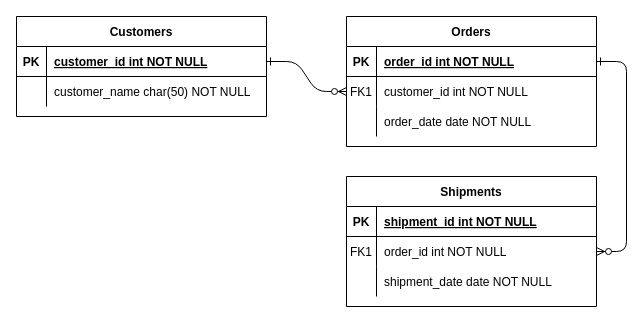
Before: ER-Diagram.drawio in bhargav1997/work-flows, a draw.io diagram. Source tidied: cells renumbered, new cells numbered last; positions are measured from the earlier drawing's top-left corner, leaving out a move shared by most shapes. Both pictures are drawn from the tidied source at 100%, with x=0, y=0 at pixel (16, 16).
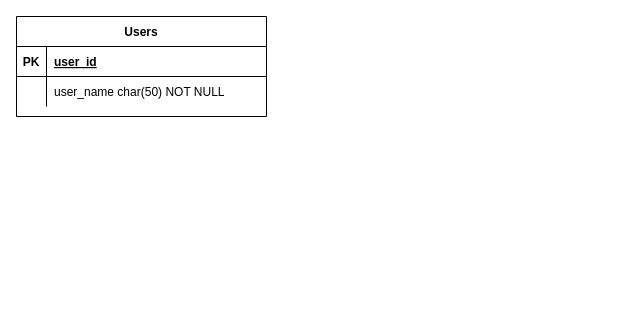
Above is the later version.

Unchanged cells that the change refers to:
```xml
<mxCell id="25" style="shape=partialRectangle;fillColor=none;points=[[0,0.5],[1,0.5]];portConstraint=eastwest;top=0;left=0;right=0;bottom=1;" parent="24" vertex="1">
  <mxGeometry y="30" width="250" height="30" as="geometry" />
</mxCell>
<mxCell id="28" style="shape=partialRectangle;fillColor=none;top=0;left=0;right=0;bottom=0;" parent="24" vertex="1">
  <mxGeometry y="60" width="250" height="30" as="geometry" />
</mxCell>
```

The edit, as a diff of the source:
```diff
@@
-    <mxCell id="2" style="edgeStyle=entityRelationEdgeStyle;endArrow=ERzeroToMany;startArrow=ERone;endFill=1;startFill=0;" parent="1" edge="1" source="25" target="8">
-      <mxGeometry relative="1" as="geometry" />
-    </mxCell>
-    <mxCell id="3" style="edgeStyle=entityRelationEdgeStyle;endArrow=ERzeroToMany;startArrow=ERone;endFill=1;startFill=0;" parent="1" edge="1" source="5" target="18">
-      <mxGeometry relative="1" as="geometry" />
-    </mxCell>
-    <mxCell id="4" value="Orders" style="shape=table;startSize=30;childLayout=tableLayout;rowLines=0;fontStyle=1;align=center;" parent="1" vertex="1">
-      <mxGeometry x="330" width="250" height="130" as="geometry" />
-    </mxCell>
-    <mxCell id="5" style="shape=partialRectangle;fillColor=none;points=[[0,0.5],[1,0.5]];portConstraint=eastwest;top=0;left=0;right=0;bottom=1;" parent="4" vertex="1">
-      <mxGeometry y="30" width="250" height="30" as="geometry" />
-    </mxCell>
-    <mxCell id="6" value="PK" style="shape=partialRectangle;overflow=hidden;fillColor=none;top=0;left=0;bottom=0;right=0;fontStyle=1;" parent="5" vertex="1">
-      <mxGeometry width="30" height="30" as="geometry" />
-    </mxCell>
-    <mxCell id="7" value="order_id int NOT NULL " style="shape=partialRectangle;overflow=hidden;fillColor=none;top=0;left=0;bottom=0;right=0;align=left;spacingLeft=6;fontStyle=5;" parent="5" vertex="1">
-      <mxGeometry x="30" width="220" height="30" as="geometry" />
-    </mxCell>
-    <mxCell id="8" style="shape=partialRectangle;fillColor=none;points=[[0,0.5],[1,0.5]];portConstraint=eastwest;top=0;left=0;right=0;bottom=0;" parent="4" vertex="1">
-      <mxGeometry y="60" width="250" height="30" as="geometry" />
-    </mxCell>
-    <mxCell id="9" value="FK1" style="shape=partialRectangle;overflow=hidden;fillColor=none;top=0;left=0;bottom=0;right=0;" parent="8" vertex="1">
-      <mxGeometry width="30" height="30" as="geometry" />
-    </mxCell>
-    <mxCell id="10" value="customer_id int NOT NULL" style="shape=partialRectangle;overflow=hidden;fillColor=none;top=0;left=0;bottom=0;right=0;align=left;spacingLeft=6;" parent="8" vertex="1">
-      <mxGeometry x="30" width="220" height="30" as="geometry" />
-    </mxCell>
-    <mxCell id="11" style="shape=partialRectangle;fillColor=none;top=0;left=0;right=0;bottom=0;" parent="4" vertex="1">
-      <mxGeometry y="90" width="250" height="30" as="geometry" />
-    </mxCell>
-    <mxCell id="12" style="shape=partialRectangle;overflow=hidden;fillColor=none;top=0;left=0;bottom=0;right=0;" parent="11" vertex="1">
-      <mxGeometry width="30" height="30" as="geometry" />
-    </mxCell>
-    <mxCell id="13" value="order_date date NOT NULL" style="shape=partialRectangle;overflow=hidden;fillColor=none;top=0;left=0;bottom=0;right=0;align=left;spacingLeft=6;" parent="11" vertex="1">
-      <mxGeometry x="30" width="220" height="30" as="geometry" />
-    </mxCell>
-    <mxCell id="14" value="Shipments" style="shape=table;startSize=30;childLayout=tableLayout;rowLines=0;fontStyle=1;align=center;" parent="1" vertex="1">
-      <mxGeometry x="330" y="160" width="250" height="130" as="geometry" />
-    </mxCell>
-    <mxCell id="15" style="shape=partialRectangle;fillColor=none;top=0;left=0;right=0;bottom=1;" parent="14" vertex="1">
-      <mxGeometry y="30" width="250" height="30" as="geometry" />
-    </mxCell>
-    <mxCell id="16" value="PK" style="shape=partialRectangle;overflow=hidden;fillColor=none;top=0;left=0;bottom=0;right=0;fontStyle=1;" parent="15" vertex="1">
-      <mxGeometry width="30" height="30" as="geometry" />
-    </mxCell>
-    <mxCell id="17" value="shipment_id int NOT NULL " style="shape=partialRectangle;overflow=hidden;fillColor=none;top=0;left=0;bottom=0;right=0;align=left;spacingLeft=6;fontStyle=5;" parent="15" vertex="1">
-      <mxGeometry x="30" width="220" height="30" as="geometry" />
-    </mxCell>
-    <mxCell id="18" style="shape=partialRectangle;fillColor=none;points=[[0,0.5],[1,0.5]];portConstraint=eastwest;top=0;left=0;right=0;bottom=0;" parent="14" vertex="1">
-      <mxGeometry y="60" width="250" height="30" as="geometry" />
-    </mxCell>
-    <mxCell id="19" value="FK1" style="shape=partialRectangle;overflow=hidden;fillColor=none;top=0;left=0;bottom=0;right=0;" parent="18" vertex="1">
-      <mxGeometry width="30" height="30" as="geometry" />
-    </mxCell>
-    <mxCell id="20" value="order_id int NOT NULL" style="shape=partialRectangle;overflow=hidden;fillColor=none;top=0;left=0;bottom=0;right=0;align=left;spacingLeft=6;" parent="18" vertex="1">
-      <mxGeometry x="30" width="220" height="30" as="geometry" />
-    </mxCell>
-    <mxCell id="21" style="shape=partialRectangle;fillColor=none;top=0;left=0;right=0;bottom=0;" parent="14" vertex="1">
-      <mxGeometry y="90" width="250" height="30" as="geometry" />
-    </mxCell>
-    <mxCell id="22" style="shape=partialRectangle;overflow=hidden;fillColor=none;top=0;left=0;bottom=0;right=0;" parent="21" vertex="1">
-      <mxGeometry width="30" height="30" as="geometry" />
-    </mxCell>
-    <mxCell id="23" value="shipment_date date NOT NULL" style="shape=partialRectangle;overflow=hidden;fillColor=none;top=0;left=0;bottom=0;right=0;align=left;spacingLeft=6;" parent="21" vertex="1">
-      <mxGeometry x="30" width="220" height="30" as="geometry" />
-    </mxCell>
-    <mxCell id="24" value="Customers" style="shape=table;startSize=30;childLayout=tableLayout;rowLines=0;fontStyle=1;align=center;" parent="1" vertex="1">
+    <mxCell id="24" value="Users" style="shape=table;startSize=30;childLayout=tableLayout;rowLines=0;fontStyle=1;align=center;" parent="1" vertex="1">
       <mxGeometry width="250" height="100" as="geometry" />
     </mxCell>
@@
-    <mxCell id="27" value="customer_id int NOT NULL " style="shape=partialRectangle;overflow=hidden;fillColor=none;top=0;left=0;bottom=0;right=0;align=left;spacingLeft=6;fontStyle=5;" parent="25" vertex="1">
+    <mxCell id="27" value="user_id" style="shape=partialRectangle;overflow=hidden;fillColor=none;top=0;left=0;bottom=0;right=0;align=left;spacingLeft=6;fontStyle=5;" parent="25" vertex="1">
       <mxGeometry x="30" width="220" height="30" as="geometry" />
     </mxCell>
@@
-    <mxCell id="30" value="customer_name char(50) NOT NULL" style="shape=partialRectangle;overflow=hidden;fillColor=none;top=0;left=0;bottom=0;right=0;align=left;spacingLeft=6;" parent="28" vertex="1">
+    <mxCell id="30" value="user_name char(50) NOT NULL" style="shape=partialRectangle;overflow=hidden;fillColor=none;top=0;left=0;bottom=0;right=0;align=left;spacingLeft=6;" parent="28" vertex="1">
       <mxGeometry x="30" width="220" height="30" as="geometry" />
     </mxCell>
```
